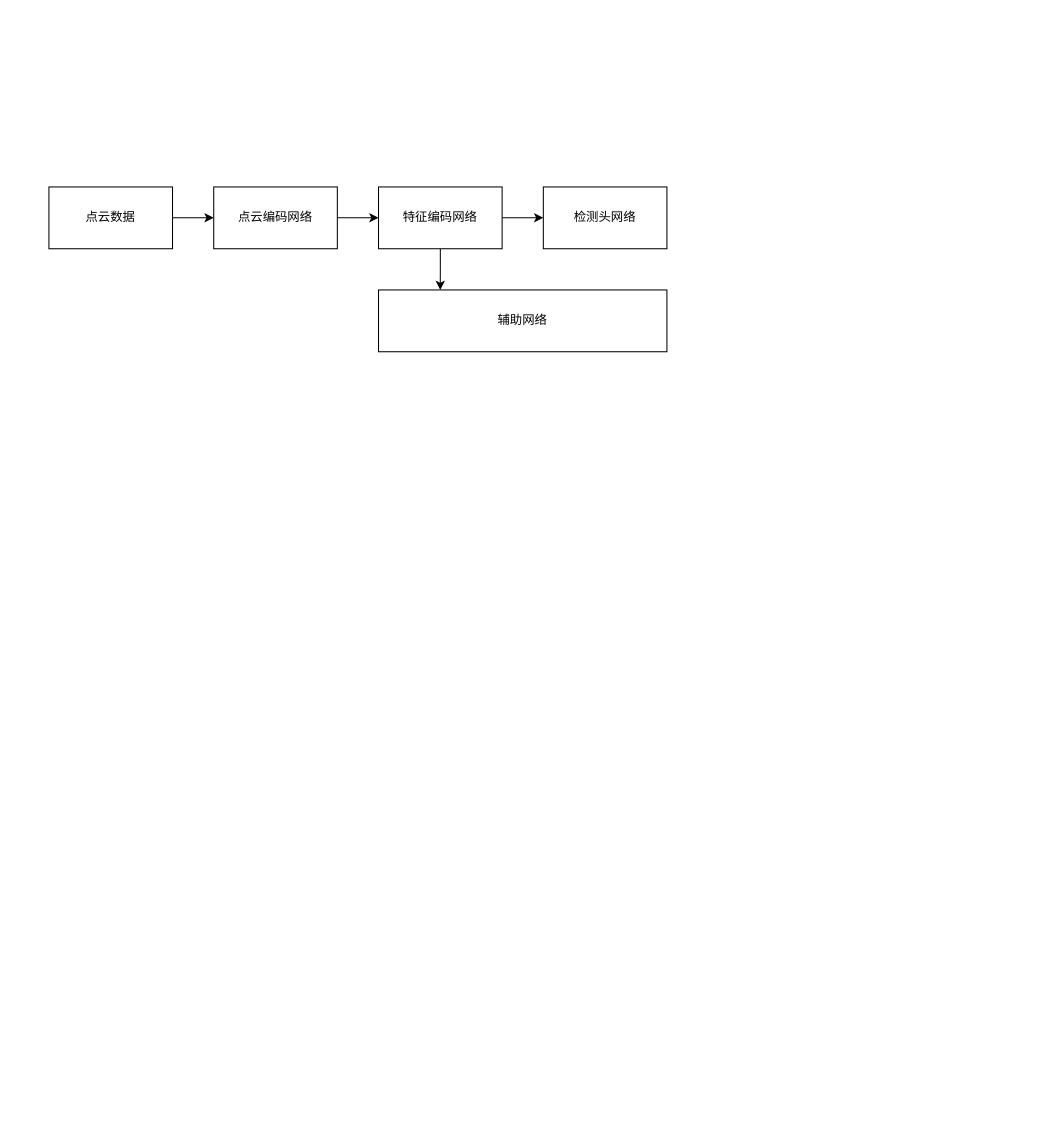
wennieWN/UML keeps this draw.io diagram as 开题.drawio. Above is the earlier version. Source tidied: cells renumbered, new cells numbered last; positions are measured from the earlier drawing's top-left corner, leaving out a move shared by most shapes. Both pictures are drawn from the tidied source at 103%, with x=0, y=0 at pixel (48, 186).
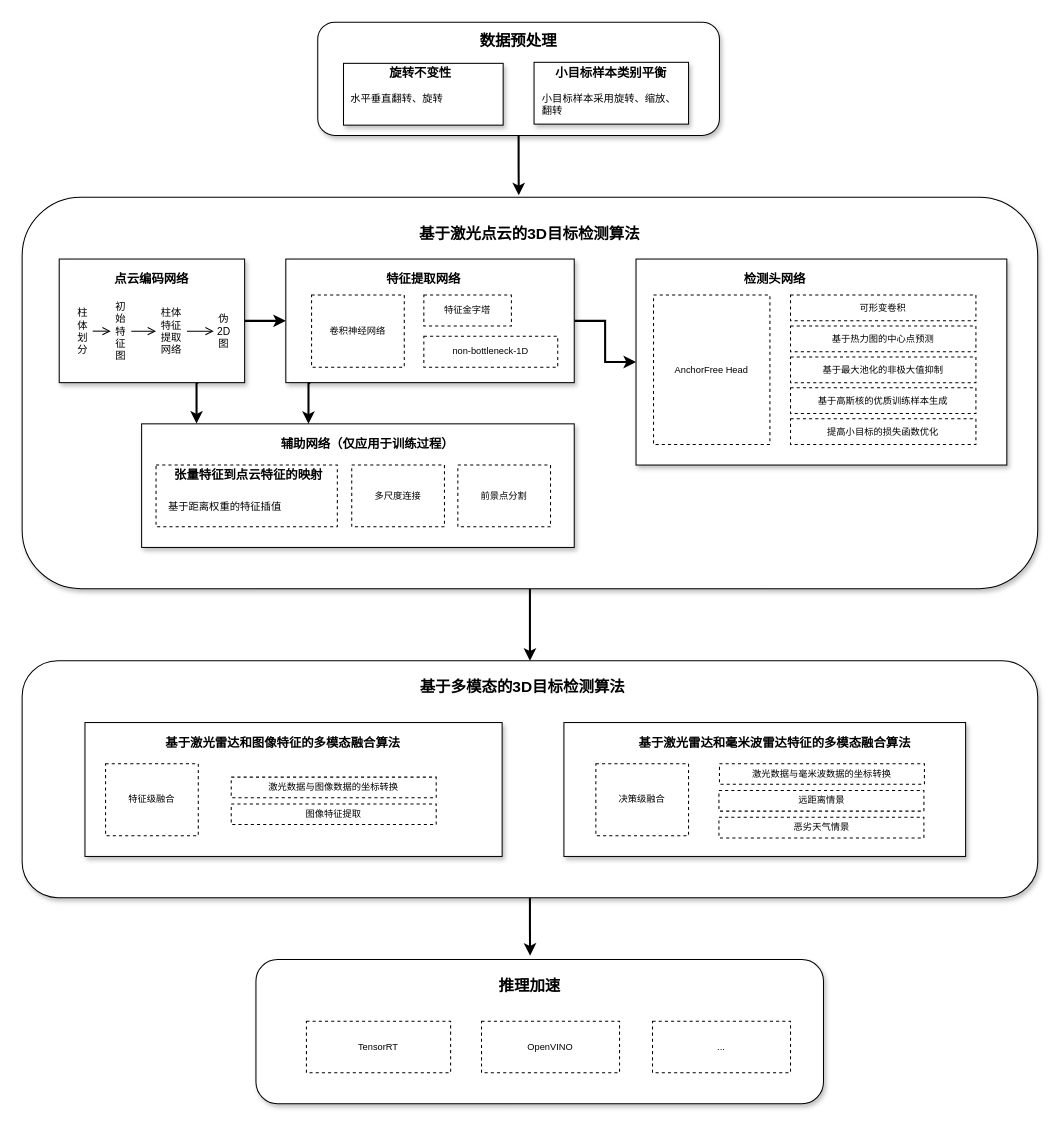
The same diagram, later.

Diff of the diagram source:
```diff
@@
-    <mxCell id="2" style="edgeStyle=orthogonalEdgeStyle;rounded=0;jettySize=auto;html=1;entryX=0;entryY=0.5;entryDx=0;entryDy=0;" parent="1" edge="1" source="3" target="5">
-      <mxGeometry relative="1" as="geometry" />
-    </mxCell>
-    <mxCell id="3" value="点云数据" style="rounded=0;whiteSpace=wrap;html=1;" parent="1" vertex="1">
-      <mxGeometry width="120" height="60" as="geometry" />
-    </mxCell>
-    <mxCell id="4" style="edgeStyle=orthogonalEdgeStyle;rounded=0;jettySize=auto;html=1;entryX=0;entryY=0.5;entryDx=0;entryDy=0;" parent="1" edge="1" source="5" target="8">
-      <mxGeometry relative="1" as="geometry" />
-    </mxCell>
+    <mxCell id="11" style="edgeStyle=orthogonalEdgeStyle;rounded=0;jettySize=auto;html=1;exitX=0.5;exitY=1;exitDx=0;exitDy=0;entryX=0.489;entryY=-0.005;entryDx=0;entryDy=0;entryPerimeter=0;fontSize=10;spacing=5;strokeWidth=2;" parent="1" edge="1" source="12" target="22">
+      <mxGeometry relative="1" as="geometry" />
+    </mxCell>
+    <mxCell id="12" style="rounded=1;whiteSpace=wrap;html=1;shadow=1;" parent="1" vertex="1">
+      <mxGeometry x="261" y="-160" width="390" height="110" as="geometry" />
+    </mxCell>
+    <mxCell id="13" value="数据预处理" style="text;html=1;strokeColor=none;fillColor=none;align=center;verticalAlign=middle;whiteSpace=wrap;rounded=0;shadow=1;fontStyle=1;fontSize=15;" parent="1" vertex="1">
+      <mxGeometry x="376" y="-152" width="160" height="20" as="geometry" />
+    </mxCell>
+    <mxCell id="14" style="rounded=0;whiteSpace=wrap;html=1;shadow=1;fontSize=15;" parent="1" vertex="1">
+      <mxGeometry x="286" y="-120" width="155" height="60" as="geometry" />
+    </mxCell>
+    <mxCell id="15" value="旋转不变性" style="text;html=1;strokeColor=none;fillColor=none;align=center;verticalAlign=middle;whiteSpace=wrap;rounded=0;shadow=1;fontSize=12;fontStyle=1;" parent="1" vertex="1">
+      <mxGeometry x="296" y="-120" width="130" height="20" as="geometry" />
+    </mxCell>
+    <mxCell id="16" value="&lt;span style=&quot;font-size: 10px&quot;&gt;水平&lt;/span&gt;垂直翻转、&lt;span style=&quot;font-size: 10px&quot;&gt;旋转&lt;/span&gt;&lt;span style=&quot;font-size: 10px&quot;&gt;&lt;/span&gt;" style="text;html=1;strokeColor=none;fillColor=none;align=left;verticalAlign=middle;whiteSpace=wrap;rounded=0;shadow=1;fontSize=10;" parent="1" vertex="1">
+      <mxGeometry x="291" y="-96" width="140" height="20" as="geometry" />
+    </mxCell>
+    <mxCell id="17" style="group;" parent="1" vertex="1">
+      <mxGeometry x="471" y="-120" width="150" height="60" as="geometry" />
+    </mxCell>
+    <mxCell id="18" style="rounded=0;whiteSpace=wrap;html=1;shadow=1;fontSize=15;" parent="17" vertex="1">
+      <mxGeometry y="-1" width="150" height="60" as="geometry" />
+    </mxCell>
+    <mxCell id="19" value="小目标样本类别平衡" style="text;html=1;strokeColor=none;fillColor=none;align=center;verticalAlign=middle;whiteSpace=wrap;rounded=0;shadow=1;fontSize=12;fontStyle=1;" parent="17" vertex="1">
+      <mxGeometry x="10" width="130" height="20" as="geometry" />
+    </mxCell>
+    <mxCell id="20" value="&lt;span style=&quot;font-size: 10px&quot;&gt;小目标样本采用旋转、缩放、翻转&lt;/span&gt;" style="text;html=1;strokeColor=none;fillColor=none;align=left;verticalAlign=middle;whiteSpace=wrap;rounded=0;shadow=1;fontSize=10;" parent="17" vertex="1">
+      <mxGeometry x="6" y="30" width="140" height="20" as="geometry" />
+    </mxCell>
+    <mxCell id="21" style="edgeStyle=orthogonalEdgeStyle;rounded=0;jettySize=auto;html=1;entryX=0.5;entryY=0;entryDx=0;entryDy=0;endArrow=classic;endFill=1;strokeWidth=2;fontSize=9;" parent="1" edge="1" source="22" target="56">
+      <mxGeometry relative="1" as="geometry" />
+    </mxCell>
+    <mxCell id="22" style="rounded=1;whiteSpace=wrap;html=1;shadow=1;" parent="1" vertex="1">
+      <mxGeometry x="-26" y="10" width="986" height="380" as="geometry" />
+    </mxCell>
+    <mxCell id="23" value="基于激光点云的3D目标检测算法" style="text;html=1;strokeColor=none;fillColor=none;align=center;verticalAlign=middle;whiteSpace=wrap;rounded=0;shadow=1;fontStyle=1;fontSize=15;" parent="1" vertex="1">
+      <mxGeometry x="352" y="30" width="230" height="30" as="geometry" />
+    </mxCell>
+    <mxCell id="24" style="edgeStyle=orthogonalEdgeStyle;rounded=0;jettySize=auto;html=1;exitX=1;exitY=0.5;exitDx=0;exitDy=0;entryX=0;entryY=0.5;entryDx=0;entryDy=0;strokeWidth=2;fontSize=9;" parent="1" edge="1" source="26" target="35">
+      <mxGeometry relative="1" as="geometry" />
+    </mxCell>
+    <mxCell id="25" style="edgeStyle=orthogonalEdgeStyle;rounded=0;jettySize=auto;html=1;exitX=0.75;exitY=1;exitDx=0;exitDy=0;entryX=0.127;entryY=-0.002;entryDx=0;entryDy=0;entryPerimeter=0;endArrow=classic;endFill=1;strokeWidth=2;fontSize=9;" parent="1" edge="1" source="26" target="47">
+      <mxGeometry relative="1" as="geometry" />
+    </mxCell>
+    <mxCell id="26" style="rounded=0;whiteSpace=wrap;html=1;shadow=1;fontSize=15;" parent="1" vertex="1">
+      <mxGeometry x="10" y="70" width="180" height="120" as="geometry" />
+    </mxCell>
-    <mxCell id="5" value="点云编码网络" style="rounded=0;whiteSpace=wrap;html=1;" parent="1" vertex="1">
-      <mxGeometry x="160" width="120" height="60" as="geometry" />
+    <mxCell id="5" value="点云编码网络" style="text;html=1;strokeColor=none;fillColor=none;align=center;verticalAlign=middle;whiteSpace=wrap;rounded=0;shadow=1;fontSize=12;fontStyle=1;" parent="1" vertex="1">
+      <mxGeometry x="35" y="80" width="130" height="20" as="geometry" />
     </mxCell>
-    <mxCell id="6" style="edgeStyle=orthogonalEdgeStyle;rounded=0;jettySize=auto;html=1;entryX=0;entryY=0.5;entryDx=0;entryDy=0;" parent="1" edge="1" source="8" target="9">
-      <mxGeometry relative="1" as="geometry" />
-    </mxCell>
-    <mxCell id="7" style="edgeStyle=orthogonalEdgeStyle;rounded=0;jettySize=auto;html=1;entryX=0.214;entryY=0;entryDx=0;entryDy=0;entryPerimeter=0;" parent="1" edge="1" source="8" target="10">
-      <mxGeometry relative="1" as="geometry" />
-    </mxCell>
-    <mxCell id="8" value="特征编码网络" style="rounded=0;whiteSpace=wrap;html=1;" parent="1" vertex="1">
-      <mxGeometry x="320" width="120" height="60" as="geometry" />
-    </mxCell>
+    <mxCell id="27" style="edgeStyle=orthogonalEdgeStyle;rounded=0;jettySize=auto;html=1;exitX=1;exitY=0.5;exitDx=0;exitDy=0;entryX=0;entryY=0.5;entryDx=0;entryDy=0;strokeWidth=1;fontSize=9;endArrow=open;endFill=0;" parent="1" edge="1" source="28" target="30">
+      <mxGeometry relative="1" as="geometry" />
+    </mxCell>
+    <mxCell id="28" value="柱&lt;br&gt;体划分" style="text;html=1;strokeColor=none;fillColor=none;align=center;verticalAlign=middle;whiteSpace=wrap;rounded=0;shadow=1;fontSize=10;" parent="1" vertex="1">
+      <mxGeometry x="22.5" y="100" width="20" height="80" as="geometry" />
+    </mxCell>
+    <mxCell id="29" style="edgeStyle=orthogonalEdgeStyle;rounded=0;jettySize=auto;html=1;entryX=0;entryY=0.5;entryDx=0;entryDy=0;strokeWidth=1;fontSize=9;endArrow=open;endFill=0;" parent="1" edge="1" source="30" target="32">
+      <mxGeometry relative="1" as="geometry" />
+    </mxCell>
+    <mxCell id="30" value="初始特征图" style="text;html=1;strokeColor=none;fillColor=none;align=center;verticalAlign=middle;whiteSpace=wrap;rounded=0;shadow=1;fontSize=10;" parent="1" vertex="1">
+      <mxGeometry x="60" y="100" width="20" height="80" as="geometry" />
+    </mxCell>
+    <mxCell id="31" style="edgeStyle=orthogonalEdgeStyle;rounded=0;jettySize=auto;html=1;entryX=0;entryY=0.5;entryDx=0;entryDy=0;strokeWidth=1;fontSize=9;endArrow=open;endFill=0;" parent="1" edge="1" source="32" target="33">
+      <mxGeometry relative="1" as="geometry" />
+    </mxCell>
+    <mxCell id="32" value="柱体特征提取网络" style="text;html=1;strokeColor=none;fillColor=none;align=center;verticalAlign=middle;whiteSpace=wrap;rounded=0;shadow=1;fontSize=10;" parent="1" vertex="1">
+      <mxGeometry x="104" y="100" width="30" height="80" as="geometry" />
+    </mxCell>
+    <mxCell id="33" value="伪2D图" style="text;html=1;strokeColor=none;fillColor=none;align=center;verticalAlign=middle;whiteSpace=wrap;rounded=0;shadow=1;fontSize=10;" parent="1" vertex="1">
+      <mxGeometry x="160" y="100" width="20" height="80" as="geometry" />
+    </mxCell>
+    <mxCell id="34" style="edgeStyle=orthogonalEdgeStyle;rounded=0;jettySize=auto;html=1;entryX=0;entryY=0.5;entryDx=0;entryDy=0;endArrow=classic;endFill=1;strokeWidth=2;fontSize=9;" parent="1" edge="1" source="35" target="40">
+      <mxGeometry relative="1" as="geometry" />
+    </mxCell>
+    <mxCell id="35" style="rounded=0;whiteSpace=wrap;html=1;shadow=1;fontSize=15;" parent="1" vertex="1">
+      <mxGeometry x="230" y="70" width="280" height="120" as="geometry" />
+    </mxCell>
+    <mxCell id="36" value="特征提取网络" style="text;html=1;strokeColor=none;fillColor=none;align=center;verticalAlign=middle;whiteSpace=wrap;rounded=0;shadow=1;fontSize=12;fontStyle=1;" parent="1" vertex="1">
+      <mxGeometry x="299" y="80" width="130" height="20" as="geometry" />
+    </mxCell>
+    <mxCell id="37" value="卷积神经网络" style="rounded=0;whiteSpace=wrap;html=1;shadow=0;fontSize=9;align=center;dashed=1;" parent="1" vertex="1">
+      <mxGeometry x="255" y="105" width="90" height="70" as="geometry" />
+    </mxCell>
+    <mxCell id="38" value="特征金字塔" style="rounded=0;whiteSpace=wrap;html=1;shadow=0;fontSize=9;align=center;dashed=1;" parent="1" vertex="1">
+      <mxGeometry x="364" y="105" width="85" height="30" as="geometry" />
+    </mxCell>
+    <mxCell id="39" value="non-bottleneck-1D" style="rounded=0;whiteSpace=wrap;html=1;shadow=0;fontSize=9;align=center;dashed=1;" parent="1" vertex="1">
+      <mxGeometry x="364" y="145" width="130" height="30" as="geometry" />
+    </mxCell>
+    <mxCell id="40" style="rounded=0;whiteSpace=wrap;html=1;shadow=1;fontSize=15;" parent="1" vertex="1">
+      <mxGeometry x="570" y="70" width="360" height="200" as="geometry" />
+    </mxCell>
-    <mxCell id="9" value="检测头网络" style="rounded=0;whiteSpace=wrap;html=1;" parent="1" vertex="1">
-      <mxGeometry x="480" width="120" height="60" as="geometry" />
+    <mxCell id="9" value="检测头网络" style="text;html=1;strokeColor=none;fillColor=none;align=center;verticalAlign=middle;whiteSpace=wrap;rounded=0;shadow=1;fontSize=12;fontStyle=1;" parent="1" vertex="1">
+      <mxGeometry x="640" y="80" width="130" height="20" as="geometry" />
     </mxCell>
-    <mxCell id="10" value="辅助网络" style="rounded=0;whiteSpace=wrap;html=1;" parent="1" vertex="1">
-      <mxGeometry x="320" y="100" width="280" height="60" as="geometry" />
-    </mxCell>
+    <mxCell id="41" value="AnchorFree Head" style="rounded=0;whiteSpace=wrap;html=1;shadow=0;fontSize=9;align=center;dashed=1;" parent="1" vertex="1">
+      <mxGeometry x="587" y="105" width="113" height="145" as="geometry" />
+    </mxCell>
+    <mxCell id="42" value="基于热力图的中心点预测" style="rounded=0;whiteSpace=wrap;html=1;shadow=0;fontSize=9;align=center;dashed=1;" parent="1" vertex="1">
+      <mxGeometry x="720" y="135" width="180" height="25" as="geometry" />
+    </mxCell>
+    <mxCell id="43" value="基于最大池化的非极大值抑制" style="rounded=0;whiteSpace=wrap;html=1;shadow=0;fontSize=9;align=center;dashed=1;" parent="1" vertex="1">
+      <mxGeometry x="720" y="165" width="180" height="25" as="geometry" />
+    </mxCell>
+    <mxCell id="44" value="基于高斯核的优质训练样本生成" style="rounded=0;whiteSpace=wrap;html=1;shadow=0;fontSize=9;align=center;dashed=1;" parent="1" vertex="1">
+      <mxGeometry x="720" y="195" width="180" height="25" as="geometry" />
+    </mxCell>
+    <mxCell id="45" value="可形变卷积" style="rounded=0;whiteSpace=wrap;html=1;shadow=0;fontSize=9;align=center;dashed=1;" parent="1" vertex="1">
+      <mxGeometry x="720" y="105" width="180" height="25" as="geometry" />
+    </mxCell>
+    <mxCell id="46" value="提高小目标的损失函数优化" style="rounded=0;whiteSpace=wrap;html=1;shadow=0;fontSize=9;align=center;dashed=1;" parent="1" vertex="1">
+      <mxGeometry x="720" y="225" width="180" height="25" as="geometry" />
+    </mxCell>
+    <mxCell id="47" style="rounded=0;whiteSpace=wrap;html=1;shadow=1;fontSize=15;" parent="1" vertex="1">
+      <mxGeometry x="90" y="230" width="420" height="120" as="geometry" />
+    </mxCell>
+    <mxCell id="48" value="辅助网络（仅应用于训练过程）" style="text;html=1;strokeColor=none;fillColor=none;align=center;verticalAlign=middle;whiteSpace=wrap;rounded=0;shadow=1;fontSize=12;fontStyle=1;" parent="1" vertex="1">
+      <mxGeometry x="212" y="240" width="195" height="20" as="geometry" />
+    </mxCell>
+    <mxCell id="49" style="edgeStyle=orthogonalEdgeStyle;rounded=0;orthogonalLoop=1;jettySize=auto;html=1;exitX=0.75;exitY=1;exitDx=0;exitDy=0;entryX=0.127;entryY=-0.002;entryDx=0;entryDy=0;entryPerimeter=0;endArrow=classic;endFill=1;strokeWidth=2;fontSize=9;" parent="1" edge="1">
+      <mxGeometry relative="1" as="geometry">
+        <mxPoint x="253.7" y="190.3" as="sourcePoint" />
+        <mxPoint x="252" y="230" as="targetPoint" />
+      </mxGeometry>
+    </mxCell>
+    <mxCell id="50" style="rounded=0;whiteSpace=wrap;html=1;shadow=0;fontSize=9;align=center;dashed=1;" parent="1" vertex="1">
+      <mxGeometry x="104" y="270" width="176" height="60" as="geometry" />
+    </mxCell>
+    <mxCell id="51" value="张量特征到点云特征的映射" style="text;html=1;strokeColor=none;fillColor=none;align=center;verticalAlign=middle;whiteSpace=wrap;rounded=0;shadow=1;fontSize=12;fontStyle=1;" parent="1" vertex="1">
+      <mxGeometry x="114" y="270" width="160" height="20" as="geometry" />
+    </mxCell>
+    <mxCell id="52" value="基于距离权重的特征插值" style="text;html=1;strokeColor=none;fillColor=none;align=left;verticalAlign=middle;whiteSpace=wrap;rounded=0;shadow=1;fontSize=10;" parent="1" vertex="1">
+      <mxGeometry x="114" y="300" width="164" height="20" as="geometry" />
+    </mxCell>
+    <mxCell id="53" value="前景点分割" style="rounded=0;whiteSpace=wrap;html=1;shadow=0;fontSize=9;align=center;dashed=1;" parent="1" vertex="1">
+      <mxGeometry x="397" y="270" width="90" height="60" as="geometry" />
+    </mxCell>
+    <mxCell id="54" value="多尺度连接" style="rounded=0;whiteSpace=wrap;html=1;shadow=0;fontSize=9;align=center;dashed=1;" parent="1" vertex="1">
+      <mxGeometry x="294" y="270" width="90" height="60" as="geometry" />
+    </mxCell>
+    <mxCell id="55" style="edgeStyle=orthogonalEdgeStyle;rounded=0;jettySize=auto;html=1;entryX=0.483;entryY=-0.026;entryDx=0;entryDy=0;entryPerimeter=0;endArrow=classic;endFill=1;strokeWidth=2;fontSize=9;" parent="1" edge="1" source="56" target="69">
+      <mxGeometry relative="1" as="geometry" />
+    </mxCell>
+    <mxCell id="56" style="rounded=1;whiteSpace=wrap;html=1;shadow=1;" parent="1" vertex="1">
+      <mxGeometry x="-26" y="460" width="986" height="230" as="geometry" />
+    </mxCell>
+    <mxCell id="57" value="基于多模态的3D目标检测算法" style="text;html=1;strokeColor=none;fillColor=none;align=center;verticalAlign=middle;whiteSpace=wrap;rounded=0;shadow=1;fontStyle=1;fontSize=15;" parent="1" vertex="1">
+      <mxGeometry x="345" y="470" width="230" height="30" as="geometry" />
+    </mxCell>
+    <mxCell id="58" style="rounded=0;whiteSpace=wrap;html=1;shadow=1;fontSize=15;" parent="1" vertex="1">
+      <mxGeometry x="35" y="520" width="405" height="130" as="geometry" />
+    </mxCell>
+    <mxCell id="59" value="基于激光雷达和图像特征的多模态融合算法" style="text;html=1;strokeColor=none;fillColor=none;align=center;verticalAlign=middle;whiteSpace=wrap;rounded=0;shadow=1;fontSize=12;fontStyle=1;" parent="1" vertex="1">
+      <mxGeometry x="105" y="530" width="245" height="20" as="geometry" />
+    </mxCell>
+    <mxCell id="60" style="rounded=0;whiteSpace=wrap;html=1;shadow=1;fontSize=15;" parent="1" vertex="1">
+      <mxGeometry x="500" y="520" width="390" height="130" as="geometry" />
+    </mxCell>
+    <mxCell id="61" value="基于激光雷达和毫米波雷达特征的多模态融合算法" style="text;html=1;strokeColor=none;fillColor=none;align=center;verticalAlign=middle;whiteSpace=wrap;rounded=0;shadow=1;fontSize=12;fontStyle=1;" parent="1" vertex="1">
+      <mxGeometry x="570" y="530" width="270" height="20" as="geometry" />
+    </mxCell>
+    <mxCell id="62" value="特征级融合" style="rounded=0;whiteSpace=wrap;html=1;shadow=0;fontSize=9;align=center;dashed=1;" parent="1" vertex="1">
+      <mxGeometry x="55" y="560" width="90" height="70" as="geometry" />
+    </mxCell>
+    <mxCell id="63" value="决策级融合" style="rounded=0;whiteSpace=wrap;html=1;shadow=0;fontSize=9;align=center;dashed=1;" parent="1" vertex="1">
+      <mxGeometry x="531" y="560" width="90" height="70" as="geometry" />
+    </mxCell>
+    <mxCell id="64" value="激光数据与毫米波数据的坐标转换" style="rounded=0;whiteSpace=wrap;html=1;shadow=0;fontSize=9;align=center;dashed=1;" parent="1" vertex="1">
+      <mxGeometry x="651" y="560" width="199" height="20" as="geometry" />
+    </mxCell>
+    <mxCell id="65" value="远距离情景" style="rounded=0;whiteSpace=wrap;html=1;shadow=0;fontSize=9;align=center;dashed=1;" parent="1" vertex="1">
+      <mxGeometry x="650.5" y="586" width="199" height="20" as="geometry" />
+    </mxCell>
+    <mxCell id="66" value="恶劣天气情景" style="rounded=0;whiteSpace=wrap;html=1;shadow=0;fontSize=9;align=center;dashed=1;" parent="1" vertex="1">
+      <mxGeometry x="650.5" y="612" width="199" height="20" as="geometry" />
+    </mxCell>
+    <mxCell id="67" value="激光数据与图像数据的坐标转换" style="rounded=0;whiteSpace=wrap;html=1;shadow=0;fontSize=9;align=center;dashed=1;" parent="1" vertex="1">
+      <mxGeometry x="177" y="573" width="199" height="20" as="geometry" />
+    </mxCell>
+    <mxCell id="68" value="图像特征提取" style="rounded=0;whiteSpace=wrap;html=1;shadow=0;fontSize=9;align=center;dashed=1;" parent="1" vertex="1">
+      <mxGeometry x="177" y="599" width="199" height="20" as="geometry" />
+    </mxCell>
+    <mxCell id="69" style="rounded=1;whiteSpace=wrap;html=1;shadow=1;" parent="1" vertex="1">
+      <mxGeometry x="201" y="750" width="551" height="140" as="geometry" />
+    </mxCell>
+    <mxCell id="70" value="推理加速" style="text;html=1;strokeColor=none;fillColor=none;align=center;verticalAlign=middle;whiteSpace=wrap;rounded=0;shadow=1;fontStyle=1;fontSize=15;" parent="1" vertex="1">
+      <mxGeometry x="352" y="760" width="230" height="30" as="geometry" />
+    </mxCell>
+    <mxCell id="71" value="TensorRT" style="rounded=0;whiteSpace=wrap;html=1;shadow=0;fontSize=9;align=center;dashed=1;" parent="1" vertex="1">
+      <mxGeometry x="250" y="810" width="140" height="50" as="geometry" />
+    </mxCell>
+    <mxCell id="72" value="OpenVINO" style="rounded=0;whiteSpace=wrap;html=1;shadow=0;fontSize=9;align=center;dashed=1;" parent="1" vertex="1">
+      <mxGeometry x="420" y="810" width="134" height="50" as="geometry" />
+    </mxCell>
+    <mxCell id="73" value="..." style="rounded=0;whiteSpace=wrap;html=1;shadow=0;fontSize=9;align=center;dashed=1;" parent="1" vertex="1">
+      <mxGeometry x="586" y="810" width="134" height="50" as="geometry" />
+    </mxCell>
```
